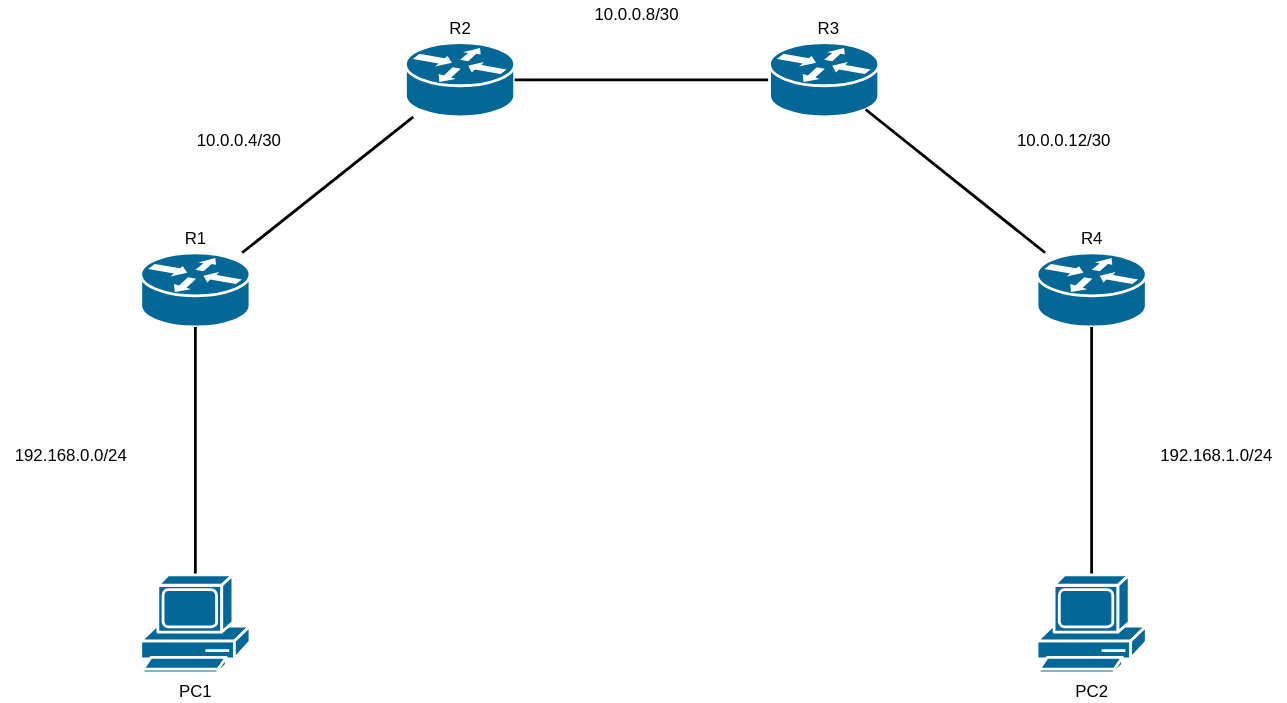
Earlier version of the draw.io export basic_routing02/fig/basic_dynamic_routing01.drawio.svg (ECCNetLab/problems). Source tidied: cells renumbered, new cells last; positions are measured from the earlier drawing's top-left corner, leaving out a move shared by most shapes.
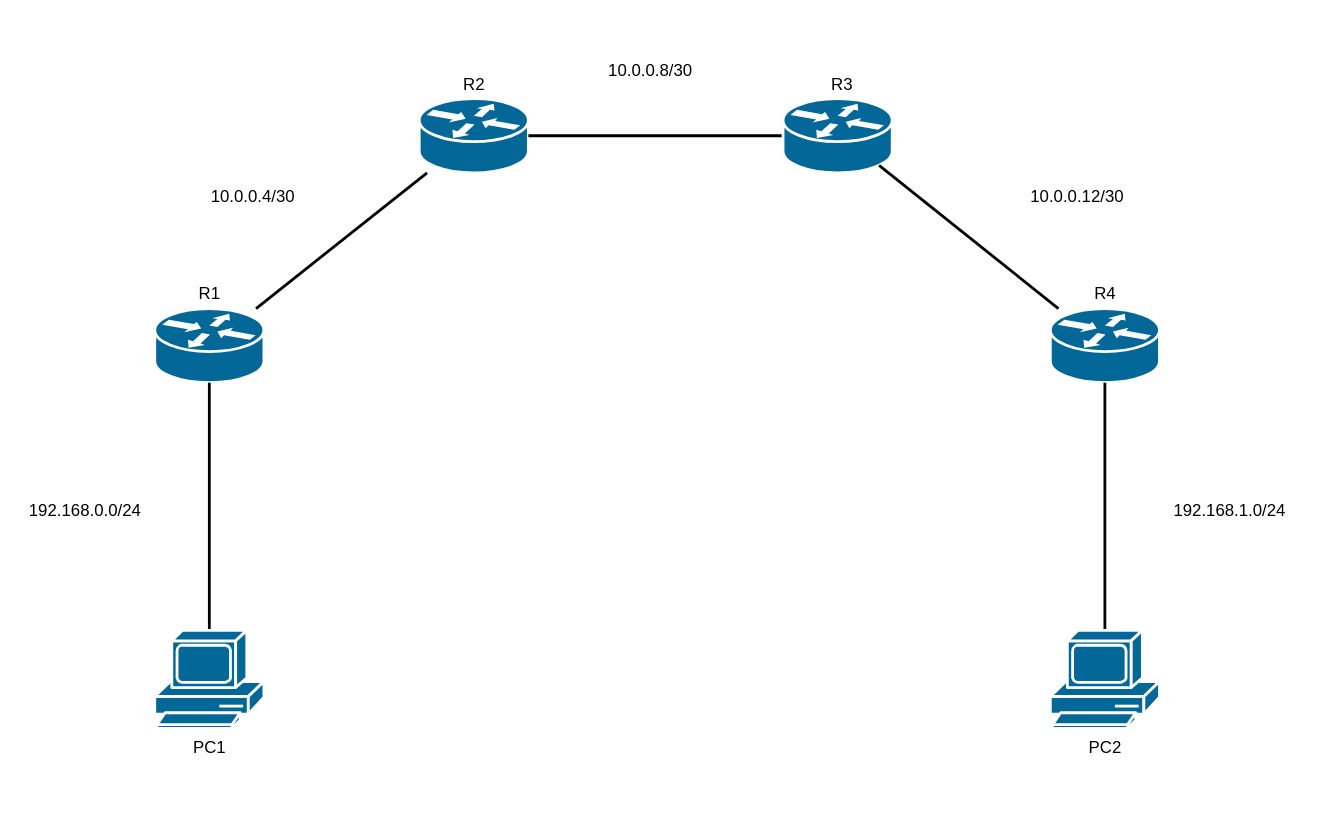
The same diagram one commit later.

Change to the diagram source:
```diff
@@ -2,6 +2,9 @@
   <root>
     <mxCell id="0" />
     <mxCell id="1" parent="0" />
+    <mxCell id="22" style="rounded=0;whiteSpace=wrap;html=1;strokeColor=none;" parent="1" vertex="1">
+      <mxGeometry x="-10" y="-40" width="950" height="585" as="geometry" />
+    </mxCell>
     <mxCell id="2" style="edgeStyle=none;html=1;endArrow=none;endFill=0;strokeWidth=2;" parent="1" edge="1" source="3" target="6">
       <mxGeometry relative="1" as="geometry" />
     </mxCell>
```
